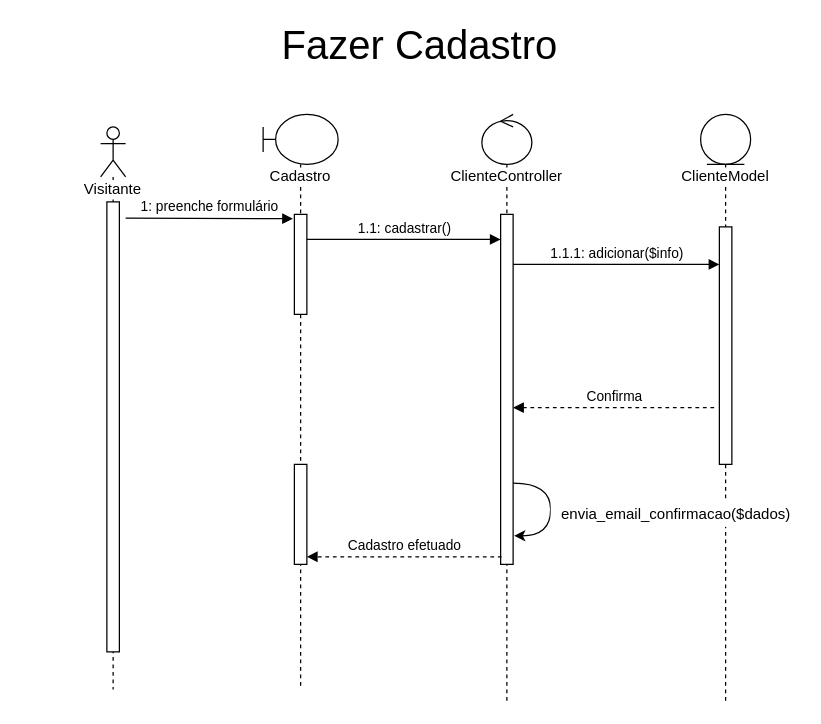
Earlier version of the draw.io diagram page "Fazer Cadastro" (2 of 8) of docs/Diagramas/Diagrama-Sequência/Sequencia.drawio (joaopaulo7/GCC188-Projeto-Final). Source tidied: cells renumbered, new cells numbered last; positions are measured from the earlier drawing's top-left corner, leaving out a move shared by most shapes. Both pictures are drawn from the tidied source at 125%, with x=0, y=0 at pixel (100, 26).
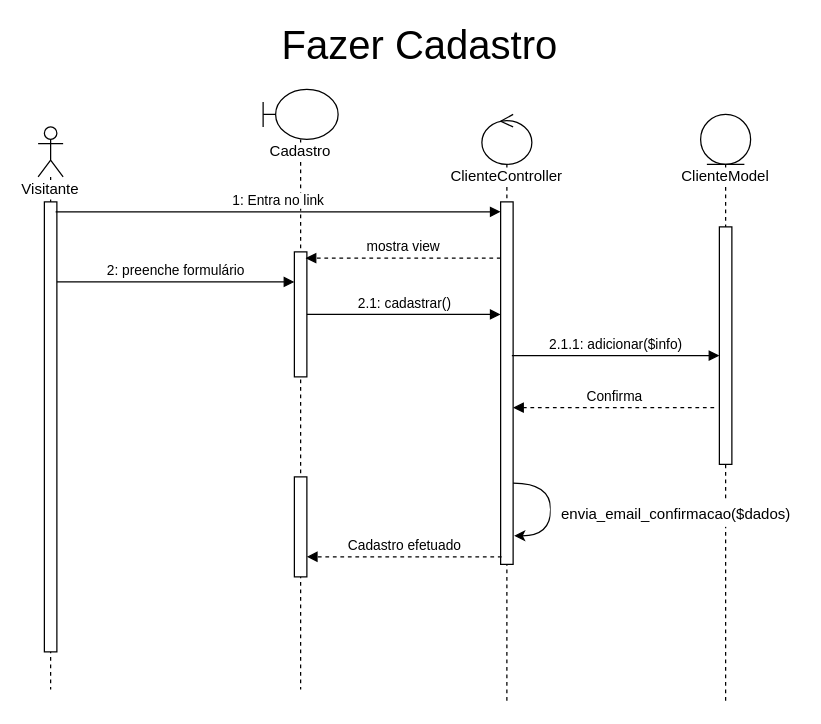
Above is the later version.

The change refers to these unchanged cells:
```xml
<mxCell id="3" style="html=1;points=[];perimeter=orthogonalPerimeter;fillColor=default;" parent="2" vertex="1">
  <mxGeometry x="5" y="60" width="10" height="360" as="geometry" />
</mxCell>
<mxCell id="8" value="&lt;span style=&quot;background-color: rgb(255 , 255 , 255)&quot;&gt;ClienteController&lt;/span&gt;" style="shape=umlLifeline;participant=umlControl;perimeter=lifelinePerimeter;whiteSpace=wrap;html=1;verticalAlign=top;spacingTop=36;fillColor=default;" parent="1" vertex="1">
  <mxGeometry x="305" y="70" width="40" height="470" as="geometry" />
</mxCell>
<mxCell id="13" style="html=1;points=[];perimeter=orthogonalPerimeter;labelBackgroundColor=#FFFFFF;fillColor=default;" parent="12" vertex="1">
  <mxGeometry x="15" y="90" width="10" height="190" as="geometry" />
</mxCell>
```

What changed in the source:
```diff
@@
     <mxCell id="2" value="&lt;span style=&quot;background-color: rgb(255 , 255 , 255)&quot;&gt;Visitante&lt;/span&gt;" style="shape=umlLifeline;participant=umlActor;perimeter=lifelinePerimeter;whiteSpace=wrap;html=1;verticalAlign=top;spacingTop=36;" parent="1" vertex="1">
-      <mxGeometry y="80" width="20" height="450" as="geometry" />
+      <mxGeometry x="-50" y="80" width="20" height="450" as="geometry" />
     </mxCell>
@@
     <mxCell id="4" value="&lt;span style=&quot;background-color: rgb(255 , 255 , 255)&quot;&gt;Cadastro&lt;/span&gt;" style="shape=umlLifeline;participant=umlBoundary;perimeter=lifelinePerimeter;whiteSpace=wrap;html=1;verticalAlign=top;spacingTop=36;" parent="1" vertex="1">
-      <mxGeometry x="130" y="70" width="60" height="460" as="geometry" />
+      <mxGeometry x="130" y="50" width="60" height="480" as="geometry" />
     </mxCell>
     <mxCell id="5" style="html=1;points=[];perimeter=orthogonalPerimeter;fillColor=default;" parent="4" vertex="1">
-      <mxGeometry x="25" y="80" width="10" height="80" as="geometry" />
+      <mxGeometry x="25" y="130" width="10" height="100" as="geometry" />
     </mxCell>
-    <mxCell id="6" value="1.1: cadastrar()" style="html=1;verticalAlign=bottom;endArrow=block;rounded=0;" parent="4" edge="1" target="9">
-      <mxGeometry relative="1" as="geometry">
-        <mxPoint x="35" y="100" as="sourcePoint" />
-      </mxGeometry>
-    </mxCell>
     <mxCell id="7" style="html=1;points=[];perimeter=orthogonalPerimeter;labelBackgroundColor=#FFFFFF;fillColor=default;" parent="4" vertex="1">
-      <mxGeometry x="25" y="280" width="10" height="80" as="geometry" />
+      <mxGeometry x="25" y="310" width="10" height="80" as="geometry" />
     </mxCell>
@@
     <mxCell id="9" style="html=1;points=[];perimeter=orthogonalPerimeter;labelBackgroundColor=#FFFFFF;fillColor=default;" parent="8" vertex="1">
-      <mxGeometry x="15" y="80" width="10" height="280" as="geometry" />
+      <mxGeometry x="15" y="70" width="10" height="290" as="geometry" />
     </mxCell>
@@
-    <mxCell id="11" value="1: preenche formulário" style="html=1;verticalAlign=bottom;endArrow=block;rounded=0;entryX=-0.114;entryY=0.043;entryDx=0;entryDy=0;entryPerimeter=0;" parent="1" edge="1" target="5">
-      <mxGeometry relative="1" as="geometry">
-        <mxPoint x="20" y="153" as="sourcePoint" />
-      </mxGeometry>
+    <mxCell id="11" value="2: preenche formulário" style="html=1;verticalAlign=bottom;endArrow=block;rounded=0;exitX=1;exitY=0.178;exitDx=0;exitDy=0;exitPerimeter=0;" parent="1" edge="1" source="3" target="5">
+      <mxGeometry relative="1" as="geometry" />
     </mxCell>
@@
-    <mxCell id="14" value="1.1.1: adicionar($info)" style="html=1;verticalAlign=bottom;endArrow=block;rounded=0;" parent="1" edge="1" source="9">
-      <mxGeometry relative="1" as="geometry">
-        <mxPoint x="495" y="190" as="targetPoint" />
-      </mxGeometry>
+    <mxCell id="14" value="2.1.1: adicionar($info)" style="html=1;verticalAlign=bottom;endArrow=block;rounded=0;exitX=0.9;exitY=0.424;exitDx=0;exitDy=0;exitPerimeter=0;" parent="1" edge="1" source="9" target="13">
+      <mxGeometry relative="1" as="geometry" />
     </mxCell>
@@
+    <mxCell id="6" value="2.1: cadastrar()" style="html=1;verticalAlign=bottom;endArrow=block;rounded=0;" parent="1" edge="1" source="5" target="9">
+      <mxGeometry relative="1" as="geometry" />
+    </mxCell>
+    <mxCell id="19" value="1: Entra no link" style="html=1;verticalAlign=bottom;endArrow=block;rounded=0;exitX=0.9;exitY=0.022;exitDx=0;exitDy=0;exitPerimeter=0;" parent="1" edge="1" source="3" target="9">
+      <mxGeometry relative="1" as="geometry" />
+    </mxCell>
+    <mxCell id="20" value="mostra view" style="html=1;verticalAlign=bottom;endArrow=block;rounded=0;dashed=1;entryX=0.9;entryY=0.05;entryDx=0;entryDy=0;entryPerimeter=0;" parent="1" edge="1" source="9" target="5">
+      <mxGeometry relative="1" as="geometry" />
+    </mxCell>
```
